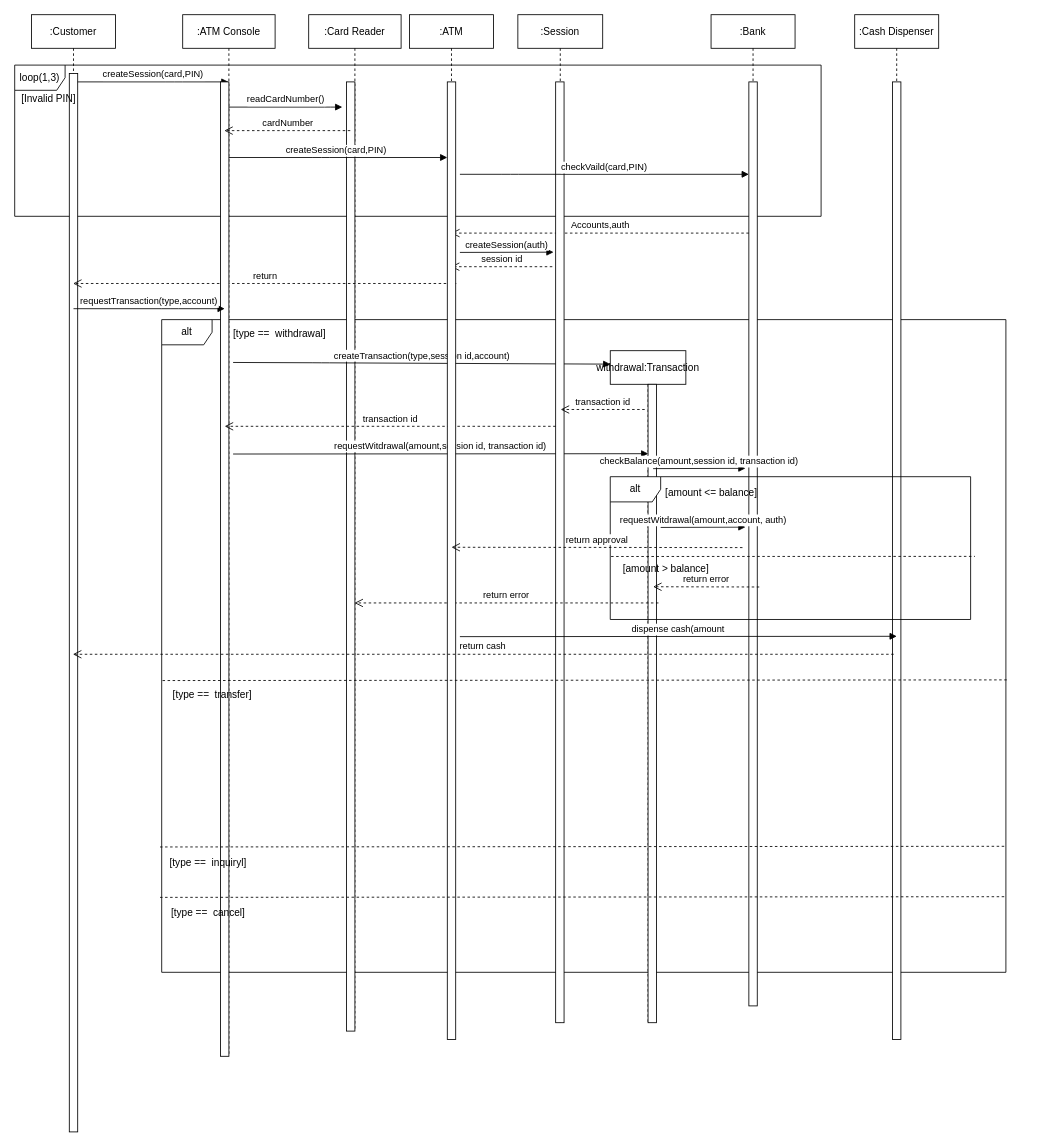
geona2/test keeps this draw.io diagram as OOAD/AA_seq_1.drawio. Above is the earlier version. Source tidied: cells renumbered, new cells numbered last; positions are measured from the earlier drawing's top-left corner, leaving out a move shared by most shapes. Both pictures are drawn from the tidied source at 84%, with x=0, y=0 at pixel (14, 14).
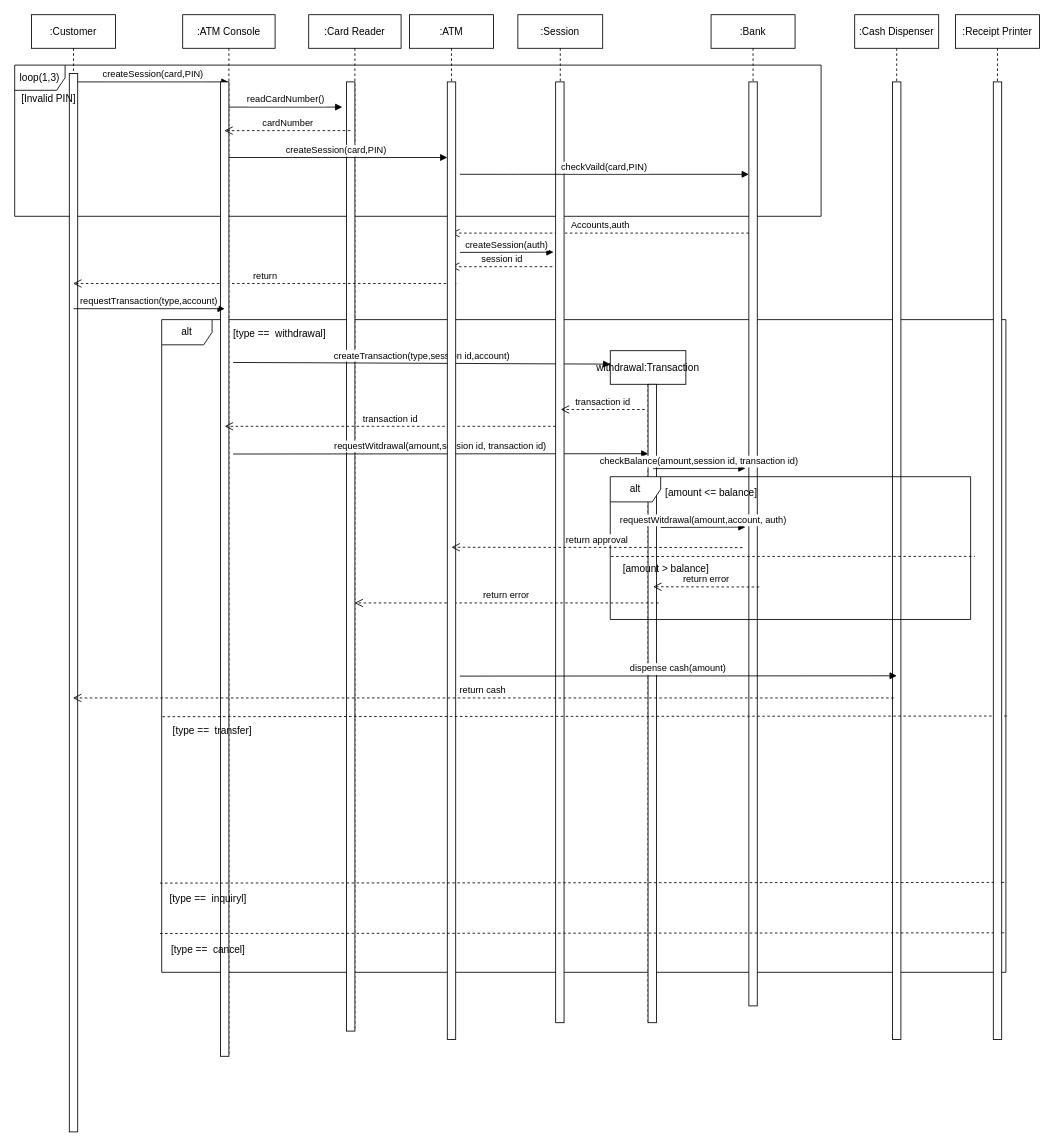
The same page after the edit.

The change refers to these unchanged cells:
```xml
<mxCell id="2" value="alt" style="shape=umlFrame;whiteSpace=wrap;html=1;" parent="1" vertex="1">
  <mxGeometry x="175" y="363" width="1005" height="777" as="geometry" />
</mxCell>
<mxCell id="18" value=":ATM Console" style="shape=umlLifeline;perimeter=lifelinePerimeter;rounded=0;shadow=0;strokeWidth=1;" parent="1" vertex="1">
  <mxGeometry x="200" width="110" height="1240" as="geometry" />
</mxCell>
<mxCell id="32" value=":ATM" style="shape=umlLifeline;perimeter=lifelinePerimeter;rounded=0;shadow=0;strokeWidth=1;" parent="1" vertex="1">
  <mxGeometry x="470" width="100" height="1220" as="geometry" />
</mxCell>
```

What changed in the source:
```diff
@@
     <mxCell id="22" value="[type ==&amp;nbsp; transfer]" style="text;html=1;align=center;verticalAlign=middle;strokeColor=none;fillColor=none;" parent="18" vertex="1">
-      <mxGeometry x="-20" y="800" width="110" height="20" as="geometry" />
+      <mxGeometry x="-20" y="843" width="110" height="20" as="geometry" />
     </mxCell>
     <mxCell id="23" value="[type ==&amp;nbsp; cancel]" style="text;html=1;align=center;verticalAlign=middle;strokeColor=none;fillColor=none;" parent="18" vertex="1">
-      <mxGeometry x="-20" y="1060" width="100" height="20" as="geometry" />
+      <mxGeometry x="-20" y="1103" width="100" height="20" as="geometry" />
     </mxCell>
@@
     <mxCell id="34" style="endArrow=none;dashed=1;html=1;rounded=0;entryX=1.003;entryY=0.552;entryDx=0;entryDy=0;entryPerimeter=0;exitX=0.001;exitY=0.553;exitDx=0;exitDy=0;exitPerimeter=0;" parent="32" edge="1">
       <mxGeometry relative="1" as="geometry">
-        <mxPoint x="-297" y="1050.8" as="sourcePoint" />
-        <mxPoint x="710" y="1050" as="targetPoint" />
+        <mxPoint x="-297" y="1093.8" as="sourcePoint" />
+        <mxPoint x="710" y="1093" as="targetPoint" />
       </mxGeometry>
     </mxCell>
@@
-    <mxCell id="39" style="endArrow=none;dashed=1;html=1;rounded=0;entryX=1.003;entryY=0.552;entryDx=0;entryDy=0;entryPerimeter=0;exitX=0.001;exitY=0.553;exitDx=0;exitDy=0;exitPerimeter=0;" parent="1" edge="1" source="2" target="2">
-      <mxGeometry relative="1" as="geometry" />
+    <mxCell id="39" style="endArrow=none;dashed=1;html=1;rounded=0;entryX=1.003;entryY=0.552;entryDx=0;entryDy=0;entryPerimeter=0;exitX=0.001;exitY=0.553;exitDx=0;exitDy=0;exitPerimeter=0;" parent="1" edge="1">
+      <mxGeometry relative="1" as="geometry">
+        <mxPoint x="176" y="835.7" as="sourcePoint" />
+        <mxPoint x="1183" y="834.9" as="targetPoint" />
+      </mxGeometry>
     </mxCell>
@@
-    <mxCell id="46" value="dispense cash(amount" style="verticalAlign=bottom;endArrow=block;shadow=0;strokeWidth=1;entryX=0.795;entryY=0.706;entryDx=0;entryDy=0;entryPerimeter=0;" parent="1" edge="1">
+    <mxCell id="46" value="dispense cash(amount)" style="verticalAlign=bottom;endArrow=block;shadow=0;strokeWidth=1;entryX=0.795;entryY=0.706;entryDx=0;entryDy=0;entryPerimeter=0;" parent="1" edge="1">
       <mxGeometry relative="1" as="geometry">
-        <mxPoint x="530" y="740.4" as="sourcePoint" />
-        <mxPoint x="1050.1" y="740" as="targetPoint" />
+        <mxPoint x="530" y="787.4" as="sourcePoint" />
+        <mxPoint x="1050.1" y="787" as="targetPoint" />
       </mxGeometry>
     </mxCell>
     <mxCell id="47" value="return cash" style="html=1;verticalAlign=bottom;endArrow=open;dashed=1;endSize=8;rounded=0;" parent="1" edge="1">
       <mxGeometry relative="1" as="geometry">
-        <mxPoint x="1046.4" y="761.4" as="sourcePoint" />
-        <mxPoint x="69.3" y="761.4" as="targetPoint" />
+        <mxPoint x="1046.4" y="813.4" as="sourcePoint" />
+        <mxPoint x="69.3" y="813.4" as="targetPoint" />
       </mxGeometry>
     </mxCell>
@@
     <mxCell id="51" style="endArrow=none;dashed=1;html=1;rounded=0;entryX=1.003;entryY=0.552;entryDx=0;entryDy=0;entryPerimeter=0;exitX=0.001;exitY=0.553;exitDx=0;exitDy=0;exitPerimeter=0;" parent="1" edge="1">
       <mxGeometry relative="1" as="geometry">
-        <mxPoint x="173" y="990.8" as="sourcePoint" />
-        <mxPoint x="1180" y="990" as="targetPoint" />
+        <mxPoint x="173" y="1033.8" as="sourcePoint" />
+        <mxPoint x="1180" y="1033" as="targetPoint" />
       </mxGeometry>
     </mxCell>
     <mxCell id="52" value="[type ==&amp;nbsp; inquiryl]" style="text;html=1;align=center;verticalAlign=middle;strokeColor=none;fillColor=none;" parent="1" vertex="1">
-      <mxGeometry x="175" y="1000" width="110" height="20" as="geometry" />
+      <mxGeometry x="175" y="1043" width="110" height="20" as="geometry" />
     </mxCell>
+    <mxCell id="53" value=":Receipt Printer" style="shape=umlLifeline;perimeter=lifelinePerimeter;rounded=0;shadow=0;strokeWidth=1;" parent="1" vertex="1">
+      <mxGeometry x="1120" width="100" height="1220" as="geometry" />
+    </mxCell>
+    <mxCell id="54" style="perimeter=orthogonalPerimeter;rounded=0;shadow=0;strokeWidth=1;" parent="53" vertex="1">
+      <mxGeometry x="45" y="80" width="10" height="1140" as="geometry" />
+    </mxCell>
```
